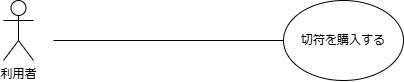
Earlier version of the draw.io export lesson 10-1.drawio.png (kenboasakura/UML_GettingStarted). Source tidied: cells renumbered, new cells last; positions are measured from the earlier drawing's top-left corner, leaving out a move shared by most shapes.
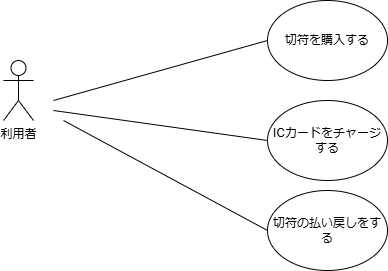
The same diagram one commit later.

The edit, as a diff of the source:
```diff
@@ -6,12 +6,28 @@
       <mxGeometry width="30" height="60" as="geometry" />
     </mxCell>
     <mxCell id="3" value="切符を購入する" style="ellipse;whiteSpace=wrap;html=1;" parent="1" vertex="1">
-      <mxGeometry x="280" width="120" height="80" as="geometry" />
+      <mxGeometry x="264" y="-60" width="120" height="80" as="geometry" />
     </mxCell>
     <mxCell id="4" style="endArrow=none;html=1;rounded=0;entryX=0;entryY=0.5;entryDx=0;entryDy=0;" parent="1" edge="1" target="3">
       <mxGeometry relative="1" as="geometry">
         <mxPoint x="50" y="40" as="sourcePoint" />
       </mxGeometry>
     </mxCell>
+    <mxCell id="5" value="ICカードをチャージする" style="ellipse;whiteSpace=wrap;html=1;" parent="1" vertex="1">
+      <mxGeometry x="264" y="40" width="120" height="80" as="geometry" />
+    </mxCell>
+    <mxCell id="6" style="endArrow=none;html=1;rounded=0;entryX=0;entryY=0.5;entryDx=0;entryDy=0;" parent="1" edge="1" target="5">
+      <mxGeometry relative="1" as="geometry">
+        <mxPoint x="50" y="50" as="sourcePoint" />
+      </mxGeometry>
+    </mxCell>
+    <mxCell id="7" value="切符の払い戻しをする" style="ellipse;whiteSpace=wrap;html=1;" parent="1" vertex="1">
+      <mxGeometry x="264" y="130" width="120" height="80" as="geometry" />
+    </mxCell>
+    <mxCell id="8" style="endArrow=none;html=1;rounded=0;entryX=0;entryY=0.5;entryDx=0;entryDy=0;" parent="1" edge="1" target="7">
+      <mxGeometry relative="1" as="geometry">
+        <mxPoint x="60" y="60" as="sourcePoint" />
+      </mxGeometry>
+    </mxCell>
   </root>
 </mxGraphModel>
```
